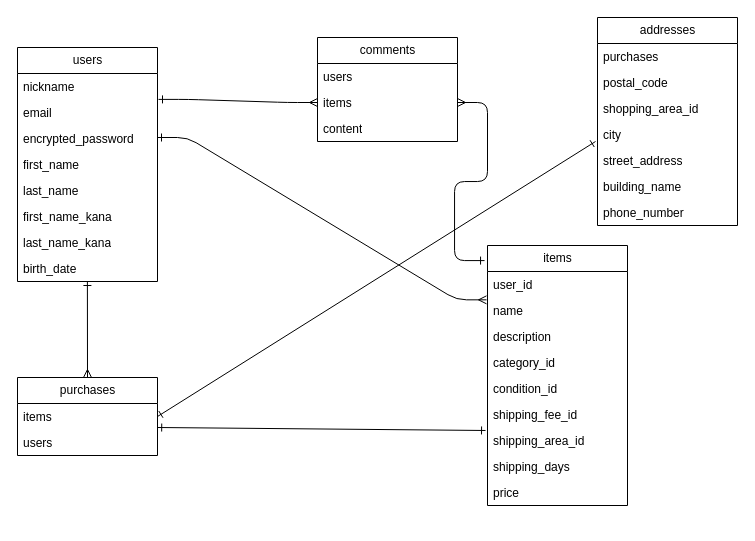
This is test.dio from koheihotta191/furima-42113, a draw.io file, before an edit. Source tidied: cells renumbered, new cells numbered last; positions are measured from the earlier drawing's top-left corner, leaving out a move shared by most shapes. Both pictures are drawn from the tidied source at 100%, with x=0, y=0 at pixel (17, 17).
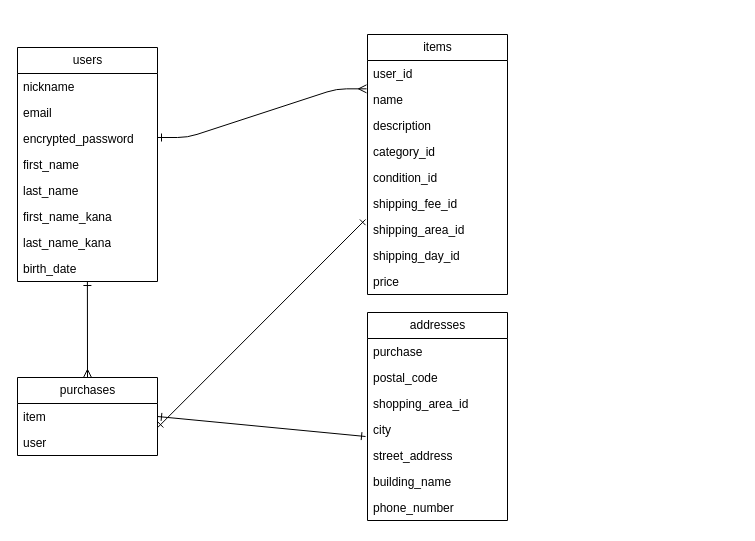
After the change.

The change refers to these unchanged cells:
```xml
<mxCell id="21" value="purchases" style="swimlane;fontStyle=0;horizontal=1;startSize=26;fillColor=none;html=1;" parent="1" vertex="1">
  <mxGeometry y="360" width="140" height="78" as="geometry" />
</mxCell>
```

The edit, as a diff of the source:
```diff
@@
     <mxCell id="11" value="items" style="swimlane;fontStyle=0;horizontal=1;startSize=26;fillColor=none;html=1;" parent="1" vertex="1">
-      <mxGeometry x="470" y="228" width="140" height="260" as="geometry" />
+      <mxGeometry x="350" y="17" width="140" height="260" as="geometry" />
     </mxCell>
@@
-    <mxCell id="19" value="shipping_days" style="text;strokeColor=none;fillColor=none;align=left;verticalAlign=top;spacingLeft=4;spacingRight=4;overflow=hidden;whiteSpace=wrap;html=1;" parent="11" vertex="1">
+    <mxCell id="19" value="shipping_day_id" style="text;strokeColor=none;fillColor=none;align=left;verticalAlign=top;spacingLeft=4;spacingRight=4;overflow=hidden;whiteSpace=wrap;html=1;" parent="11" vertex="1">
       <mxGeometry y="208" width="140" height="26" as="geometry" />
     </mxCell>
@@
-    <mxCell id="22" value="items" style="text;strokeColor=none;fillColor=none;align=left;verticalAlign=top;spacingLeft=4;spacingRight=4;overflow=hidden;points=[[0,0.5],[1,0.5]];portConstraint=eastwest;whiteSpace=wrap;html=1;" parent="21" vertex="1">
+    <mxCell id="22" value="item" style="text;strokeColor=none;fillColor=none;align=left;verticalAlign=top;spacingLeft=4;spacingRight=4;overflow=hidden;points=[[0,0.5],[1,0.5]];portConstraint=eastwest;whiteSpace=wrap;html=1;" parent="21" vertex="1">
       <mxGeometry y="26" width="140" height="26" as="geometry" />
     </mxCell>
-    <mxCell id="23" value="users" style="text;strokeColor=none;fillColor=none;align=left;verticalAlign=top;spacingLeft=4;spacingRight=4;overflow=hidden;whiteSpace=wrap;html=1;" parent="21" vertex="1">
+    <mxCell id="23" value="user" style="text;strokeColor=none;fillColor=none;align=left;verticalAlign=top;spacingLeft=4;spacingRight=4;overflow=hidden;whiteSpace=wrap;html=1;" parent="21" vertex="1">
       <mxGeometry y="52" width="140" height="26" as="geometry" />
     </mxCell>
     <mxCell id="24" value="addresses" style="swimlane;fontStyle=0;horizontal=1;startSize=26;fillColor=none;html=1;" parent="1" vertex="1">
-      <mxGeometry x="580" width="140" height="208" as="geometry" />
+      <mxGeometry x="350" y="295" width="140" height="208" as="geometry" />
     </mxCell>
-    <mxCell id="25" value="purchases" style="text;strokeColor=none;fillColor=none;align=left;verticalAlign=top;spacingLeft=4;spacingRight=4;overflow=hidden;whiteSpace=wrap;html=1;" parent="24" vertex="1">
+    <mxCell id="25" value="purchase" style="text;strokeColor=none;fillColor=none;align=left;verticalAlign=top;spacingLeft=4;spacingRight=4;overflow=hidden;whiteSpace=wrap;html=1;" parent="24" vertex="1">
       <mxGeometry y="26" width="140" height="26" as="geometry" />
     </mxCell>
@@
-    <mxCell id="32" value="comments" style="swimlane;fontStyle=0;horizontal=1;startSize=26;fillColor=none;html=1;" parent="1" vertex="1">
-      <mxGeometry x="300" y="20" width="140" height="104" as="geometry" />
-    </mxCell>
-    <mxCell id="33" value="users" style="text;strokeColor=none;fillColor=none;align=left;verticalAlign=top;spacingLeft=4;spacingRight=4;overflow=hidden;whiteSpace=wrap;html=1;" parent="32" vertex="1">
-      <mxGeometry y="26" width="140" height="26" as="geometry" />
-    </mxCell>
-    <mxCell id="34" value="items" style="text;strokeColor=none;fillColor=none;align=left;verticalAlign=top;spacingLeft=4;spacingRight=4;overflow=hidden;points=[[0,0.5],[1,0.5]];portConstraint=eastwest;whiteSpace=wrap;html=1;" parent="32" vertex="1">
-      <mxGeometry y="52" width="140" height="26" as="geometry" />
-    </mxCell>
-    <mxCell id="35" value="content" style="text;strokeColor=none;fillColor=none;align=left;verticalAlign=top;spacingLeft=4;spacingRight=4;overflow=hidden;whiteSpace=wrap;html=1;" parent="32" vertex="1">
-      <mxGeometry y="78" width="140" height="26" as="geometry" />
-    </mxCell>
@@
-    <mxCell id="40" style="edgeStyle=entityRelationEdgeStyle;fontSize=12;html=1;endArrow=ERmany;endFill=0;entryX=0;entryY=0.5;entryDx=0;entryDy=0;startArrow=ERone;startFill=0;" parent="1" edge="1" target="34">
-      <mxGeometry relative="1" as="geometry">
-        <mxPoint x="141" y="81.9" as="sourcePoint" />
-      </mxGeometry>
-    </mxCell>
-    <mxCell id="41" style="edgeStyle=entityRelationEdgeStyle;fontSize=12;html=1;endArrow=ERmany;endFill=0;entryX=1;entryY=0.5;entryDx=0;entryDy=0;startArrow=ERone;startFill=0;exitX=-0.021;exitY=0.058;exitDx=0;exitDy=0;exitPerimeter=0;" parent="1" edge="1" source="11" target="34">
-      <mxGeometry relative="1" as="geometry" />
-    </mxCell>
```
